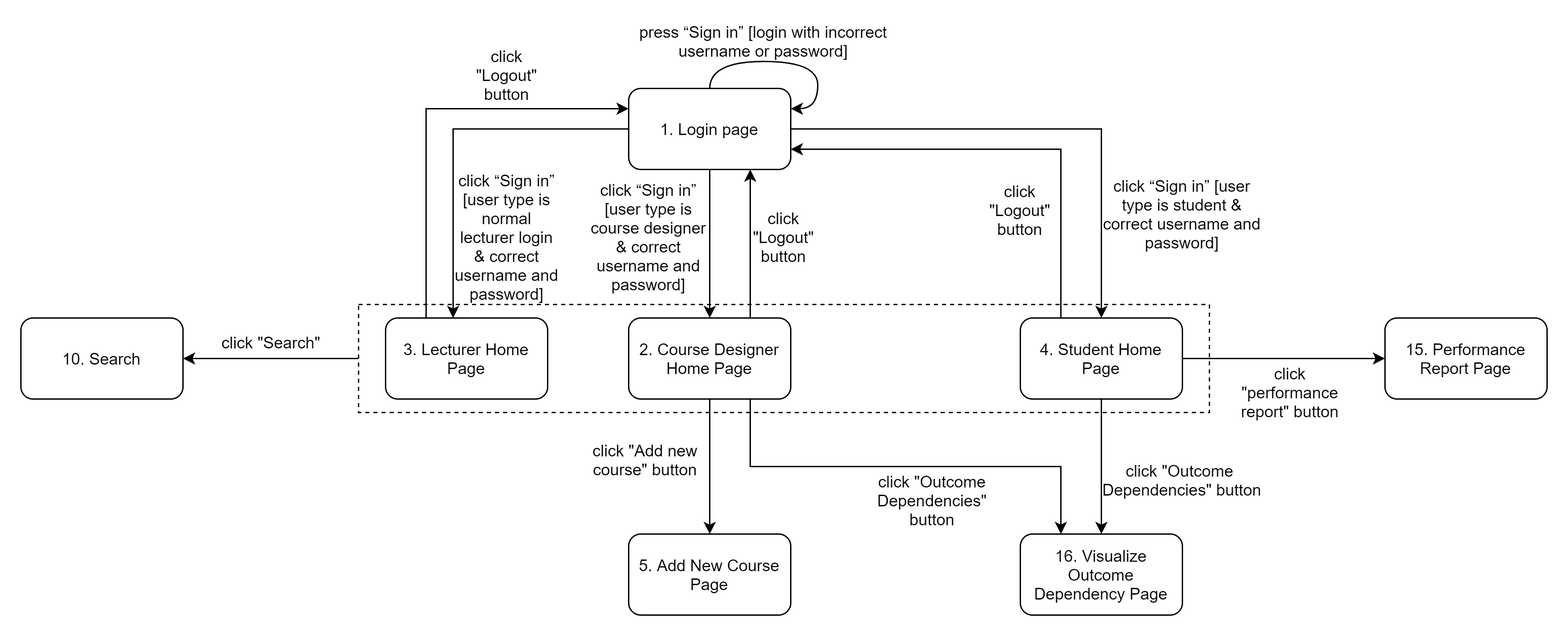
This is docs/Specifications/Diagrams/Export/3. System Features-3.1 Login.png from RapDoodle/DegreeOverview, a draw.io export, as it was before one commit. Source tidied: cells renumbered, new cells last; positions are measured from the earlier drawing's top-left corner, leaving out a move shared by most shapes. The source it was exported from:
```xml
<mxGraphModel>
  <root>
    <mxCell id="0" />
    <mxCell id="1" parent="0" />
    <mxCell id="2" style="edgeStyle=orthogonalEdgeStyle;rounded=0;jettySize=auto;html=1;startArrow=none;startFill=0;endArrow=classic;endFill=1;" parent="1" edge="1" source="3" target="32">
      <mxGeometry relative="1" as="geometry" />
    </mxCell>
    <mxCell id="3" style="rounded=0;whiteSpace=wrap;html=1;dashed=1;" parent="1" vertex="1">
      <mxGeometry x="250" y="210" width="630" height="80" as="geometry" />
    </mxCell>
    <mxCell id="4" style="edgeStyle=orthogonalEdgeStyle;curved=1;rounded=0;jettySize=auto;html=1;entryX=0.5;entryY=0;entryDx=0;entryDy=0;" parent="1" edge="1" source="7" target="12">
      <mxGeometry relative="1" as="geometry" />
    </mxCell>
    <mxCell id="5" style="edgeStyle=orthogonalEdgeStyle;rounded=0;jettySize=auto;html=1;" parent="1" edge="1" source="7">
      <mxGeometry relative="1" as="geometry">
        <mxPoint x="320" y="220" as="targetPoint" />
      </mxGeometry>
    </mxCell>
    <mxCell id="6" style="edgeStyle=orthogonalEdgeStyle;rounded=0;jettySize=auto;html=1;entryX=0.5;entryY=0;entryDx=0;entryDy=0;" parent="1" edge="1" source="7" target="21">
      <mxGeometry relative="1" as="geometry" />
    </mxCell>
    <mxCell id="7" value="1. Login page" style="rounded=1;whiteSpace=wrap;html=1;" parent="1" vertex="1">
      <mxGeometry x="450" y="50" width="120" height="60" as="geometry" />
    </mxCell>
    <mxCell id="8" style="edgeStyle=orthogonalEdgeStyle;curved=1;rounded=0;orthogonalLoop=1;jettySize=auto;html=1;entryX=1;entryY=0.25;entryDx=0;entryDy=0;" parent="1" edge="1" source="7" target="7">
      <mxGeometry relative="1" as="geometry" />
    </mxCell>
    <mxCell id="9" value="press “Sign in” [login with incorrect username or password]" style="text;html=1;strokeColor=none;fillColor=none;align=center;verticalAlign=middle;whiteSpace=wrap;rounded=0;" parent="1" vertex="1">
      <mxGeometry x="450" width="200" height="30" as="geometry" />
    </mxCell>
    <mxCell id="10" style="edgeStyle=orthogonalEdgeStyle;rounded=0;jettySize=auto;html=1;" parent="1" edge="1" source="12">
      <mxGeometry relative="1" as="geometry">
        <mxPoint x="510" y="380" as="targetPoint" />
      </mxGeometry>
    </mxCell>
    <mxCell id="11" style="edgeStyle=orthogonalEdgeStyle;rounded=0;jettySize=auto;html=1;exitX=0.75;exitY=0;exitDx=0;exitDy=0;entryX=0.75;entryY=1;entryDx=0;entryDy=0;" parent="1" edge="1" source="12" target="7">
      <mxGeometry relative="1" as="geometry" />
    </mxCell>
    <mxCell id="12" value="2. Course Designer Home Page" style="rounded=1;whiteSpace=wrap;html=1;" parent="1" vertex="1">
      <mxGeometry x="450" y="220" width="120" height="60" as="geometry" />
    </mxCell>
    <mxCell id="13" value="click “Sign in” [user type is student &amp;amp; correct username and password]" style="text;html=1;strokeColor=none;fillColor=none;align=center;verticalAlign=middle;whiteSpace=wrap;rounded=0;" parent="1" vertex="1">
      <mxGeometry x="800" y="120" width="120" height="45" as="geometry" />
    </mxCell>
    <mxCell id="14" style="edgeStyle=orthogonalEdgeStyle;rounded=0;jettySize=auto;html=1;exitX=0.75;exitY=1;exitDx=0;exitDy=0;entryX=0.25;entryY=0;entryDx=0;entryDy=0;" parent="1" edge="1" source="12" target="33">
      <mxGeometry relative="1" as="geometry" />
    </mxCell>
    <mxCell id="15" style="edgeStyle=orthogonalEdgeStyle;rounded=0;jettySize=auto;html=1;exitX=0.25;exitY=0;exitDx=0;exitDy=0;entryX=0;entryY=0.25;entryDx=0;entryDy=0;" parent="1" edge="1" source="16" target="7">
      <mxGeometry relative="1" as="geometry" />
    </mxCell>
    <mxCell id="16" value="3. Lecturer Home Page" style="rounded=1;whiteSpace=wrap;html=1;" parent="1" vertex="1">
      <mxGeometry x="270" y="220" width="120" height="60" as="geometry" />
    </mxCell>
    <mxCell id="17" value="click&amp;nbsp;“Sign in” [user type is course designer &amp;amp; correct username and password]" style="text;html=1;strokeColor=none;fillColor=none;align=center;verticalAlign=middle;whiteSpace=wrap;rounded=0;" parent="1" vertex="1">
      <mxGeometry x="420" y="115" width="90" height="90" as="geometry" />
    </mxCell>
    <mxCell id="18" style="edgeStyle=orthogonalEdgeStyle;rounded=0;jettySize=auto;html=1;" parent="1" edge="1" source="21">
      <mxGeometry relative="1" as="geometry">
        <mxPoint x="1010" y="250" as="targetPoint" />
      </mxGeometry>
    </mxCell>
    <mxCell id="19" style="edgeStyle=orthogonalEdgeStyle;rounded=0;jettySize=auto;html=1;exitX=0.25;exitY=0;exitDx=0;exitDy=0;entryX=1;entryY=0.75;entryDx=0;entryDy=0;" parent="1" edge="1" source="21" target="7">
      <mxGeometry relative="1" as="geometry" />
    </mxCell>
    <mxCell id="20" style="edgeStyle=orthogonalEdgeStyle;curved=1;jettySize=auto;html=1;startArrow=none;startFill=0;endArrow=classic;endFill=1;" parent="1" edge="1" source="21" target="33">
      <mxGeometry relative="1" as="geometry" />
    </mxCell>
    <mxCell id="21" value="4. Student Home Page" style="rounded=1;whiteSpace=wrap;html=1;" parent="1" vertex="1">
      <mxGeometry x="740" y="220" width="120" height="60" as="geometry" />
    </mxCell>
    <mxCell id="22" value="click &quot;Add new course&quot; button" style="text;html=1;strokeColor=none;fillColor=none;align=center;verticalAlign=middle;whiteSpace=wrap;rounded=0;" parent="1" vertex="1">
      <mxGeometry x="415" y="310" width="95" height="30" as="geometry" />
    </mxCell>
    <mxCell id="23" value="5. Add New Course Page" style="rounded=1;whiteSpace=wrap;html=1;" parent="1" vertex="1">
      <mxGeometry x="450" y="380" width="120" height="60" as="geometry" />
    </mxCell>
    <mxCell id="24" value="15. Performance Report Page" style="rounded=1;whiteSpace=wrap;html=1;" parent="1" vertex="1">
      <mxGeometry x="1010" y="220" width="120" height="60" as="geometry" />
    </mxCell>
    <mxCell id="25" value="click &quot;performance report&quot; button" style="text;html=1;strokeColor=none;fillColor=none;align=center;verticalAlign=middle;whiteSpace=wrap;rounded=0;" parent="1" vertex="1">
      <mxGeometry x="900" y="255" width="80" height="40" as="geometry" />
    </mxCell>
    <mxCell id="26" value="click &quot;Outcome Dependencies&quot; button" style="text;html=1;strokeColor=none;fillColor=none;align=center;verticalAlign=middle;whiteSpace=wrap;rounded=0;" parent="1" vertex="1">
      <mxGeometry x="630" y="340" width="90" height="30" as="geometry" />
    </mxCell>
    <mxCell id="27" value="click &quot;Outcome &lt;br&gt;Dependencies&quot; button" style="text;html=1;strokeColor=none;fillColor=none;align=center;verticalAlign=middle;whiteSpace=wrap;rounded=0;" parent="1" vertex="1">
      <mxGeometry x="800" y="330" width="120" height="20" as="geometry" />
    </mxCell>
    <mxCell id="28" value="click &quot;Logout&quot; button" style="text;html=1;strokeColor=none;fillColor=none;align=center;verticalAlign=middle;whiteSpace=wrap;rounded=0;" parent="1" vertex="1">
      <mxGeometry x="340" y="30" width="40" height="20" as="geometry" />
    </mxCell>
    <mxCell id="29" value="click &quot;Logout&quot; button" style="text;html=1;strokeColor=none;fillColor=none;align=center;verticalAlign=middle;whiteSpace=wrap;rounded=0;" parent="1" vertex="1">
      <mxGeometry x="720" y="130" width="40" height="20" as="geometry" />
    </mxCell>
    <mxCell id="30" value="click &quot;Logout&quot; button" style="text;html=1;strokeColor=none;fillColor=none;align=center;verticalAlign=middle;whiteSpace=wrap;rounded=0;" parent="1" vertex="1">
      <mxGeometry x="545" y="150" width="40" height="20" as="geometry" />
    </mxCell>
    <mxCell id="31" value="click&amp;nbsp;“Sign in” [user type is normal lecturer login &amp;amp; correct username and password]" style="text;html=1;strokeColor=none;fillColor=none;align=center;verticalAlign=middle;whiteSpace=wrap;rounded=0;" parent="1" vertex="1">
      <mxGeometry x="320" y="120" width="80" height="80" as="geometry" />
    </mxCell>
    <mxCell id="32" value="10. Search" style="rounded=1;whiteSpace=wrap;html=1;" parent="1" vertex="1">
      <mxGeometry y="220" width="120" height="60" as="geometry" />
    </mxCell>
    <mxCell id="33" value="16. Visualize Outcome Dependency Page" style="rounded=1;whiteSpace=wrap;html=1;" parent="1" vertex="1">
      <mxGeometry x="740" y="380" width="120" height="60" as="geometry" />
    </mxCell>
    <mxCell id="34" value="click &quot;Search&quot;" style="text;html=1;align=center;verticalAlign=middle;" parent="1" vertex="1">
      <mxGeometry x="140" y="228" width="90" height="20" as="geometry" />
    </mxCell>
  </root>
</mxGraphModel>
```
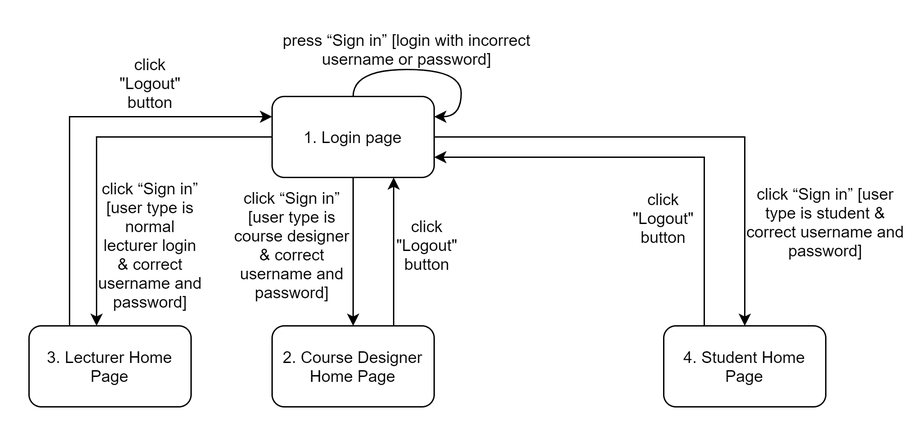
After the change.

Change to the diagram source:
```diff
@@ -2,12 +2,6 @@
   <root>
     <mxCell id="0" />
     <mxCell id="1" parent="0" />
-    <mxCell id="2" style="edgeStyle=orthogonalEdgeStyle;rounded=0;jettySize=auto;html=1;startArrow=none;startFill=0;endArrow=classic;endFill=1;" parent="1" edge="1" source="3" target="32">
-      <mxGeometry relative="1" as="geometry" />
-    </mxCell>
-    <mxCell id="3" style="rounded=0;whiteSpace=wrap;html=1;dashed=1;" parent="1" vertex="1">
-      <mxGeometry x="250" y="210" width="630" height="80" as="geometry" />
-    </mxCell>
     <mxCell id="4" style="edgeStyle=orthogonalEdgeStyle;curved=1;rounded=0;jettySize=auto;html=1;entryX=0.5;entryY=0;entryDx=0;entryDy=0;" parent="1" edge="1" source="7" target="12">
       <mxGeometry relative="1" as="geometry" />
     </mxCell>
@@ -28,11 +22,6 @@
     <mxCell id="9" value="press “Sign in” [login with incorrect username or password]" style="text;html=1;strokeColor=none;fillColor=none;align=center;verticalAlign=middle;whiteSpace=wrap;rounded=0;" parent="1" vertex="1">
       <mxGeometry x="450" width="200" height="30" as="geometry" />
     </mxCell>
-    <mxCell id="10" style="edgeStyle=orthogonalEdgeStyle;rounded=0;jettySize=auto;html=1;" parent="1" edge="1" source="12">
-      <mxGeometry relative="1" as="geometry">
-        <mxPoint x="510" y="380" as="targetPoint" />
-      </mxGeometry>
-    </mxCell>
     <mxCell id="11" style="edgeStyle=orthogonalEdgeStyle;rounded=0;jettySize=auto;html=1;exitX=0.75;exitY=0;exitDx=0;exitDy=0;entryX=0.75;entryY=1;entryDx=0;entryDy=0;" parent="1" edge="1" source="12" target="7">
       <mxGeometry relative="1" as="geometry" />
     </mxCell>
@@ -42,9 +31,6 @@
     <mxCell id="13" value="click “Sign in” [user type is student &amp;amp; correct username and password]" style="text;html=1;strokeColor=none;fillColor=none;align=center;verticalAlign=middle;whiteSpace=wrap;rounded=0;" parent="1" vertex="1">
       <mxGeometry x="800" y="120" width="120" height="45" as="geometry" />
     </mxCell>
-    <mxCell id="14" style="edgeStyle=orthogonalEdgeStyle;rounded=0;jettySize=auto;html=1;exitX=0.75;exitY=1;exitDx=0;exitDy=0;entryX=0.25;entryY=0;entryDx=0;entryDy=0;" parent="1" edge="1" source="12" target="33">
-      <mxGeometry relative="1" as="geometry" />
-    </mxCell>
     <mxCell id="15" style="edgeStyle=orthogonalEdgeStyle;rounded=0;jettySize=auto;html=1;exitX=0.25;exitY=0;exitDx=0;exitDy=0;entryX=0;entryY=0.25;entryDx=0;entryDy=0;" parent="1" edge="1" source="16" target="7">
       <mxGeometry relative="1" as="geometry" />
     </mxCell>
@@ -54,38 +40,12 @@
     <mxCell id="17" value="click&amp;nbsp;“Sign in” [user type is course designer &amp;amp; correct username and password]" style="text;html=1;strokeColor=none;fillColor=none;align=center;verticalAlign=middle;whiteSpace=wrap;rounded=0;" parent="1" vertex="1">
       <mxGeometry x="420" y="115" width="90" height="90" as="geometry" />
     </mxCell>
-    <mxCell id="18" style="edgeStyle=orthogonalEdgeStyle;rounded=0;jettySize=auto;html=1;" parent="1" edge="1" source="21">
-      <mxGeometry relative="1" as="geometry">
-        <mxPoint x="1010" y="250" as="targetPoint" />
-      </mxGeometry>
-    </mxCell>
     <mxCell id="19" style="edgeStyle=orthogonalEdgeStyle;rounded=0;jettySize=auto;html=1;exitX=0.25;exitY=0;exitDx=0;exitDy=0;entryX=1;entryY=0.75;entryDx=0;entryDy=0;" parent="1" edge="1" source="21" target="7">
       <mxGeometry relative="1" as="geometry" />
     </mxCell>
-    <mxCell id="20" style="edgeStyle=orthogonalEdgeStyle;curved=1;jettySize=auto;html=1;startArrow=none;startFill=0;endArrow=classic;endFill=1;" parent="1" edge="1" source="21" target="33">
-      <mxGeometry relative="1" as="geometry" />
-    </mxCell>
     <mxCell id="21" value="4. Student Home Page" style="rounded=1;whiteSpace=wrap;html=1;" parent="1" vertex="1">
       <mxGeometry x="740" y="220" width="120" height="60" as="geometry" />
     </mxCell>
-    <mxCell id="22" value="click &quot;Add new course&quot; button" style="text;html=1;strokeColor=none;fillColor=none;align=center;verticalAlign=middle;whiteSpace=wrap;rounded=0;" parent="1" vertex="1">
-      <mxGeometry x="415" y="310" width="95" height="30" as="geometry" />
-    </mxCell>
-    <mxCell id="23" value="5. Add New Course Page" style="rounded=1;whiteSpace=wrap;html=1;" parent="1" vertex="1">
-      <mxGeometry x="450" y="380" width="120" height="60" as="geometry" />
-    </mxCell>
-    <mxCell id="24" value="15. Performance Report Page" style="rounded=1;whiteSpace=wrap;html=1;" parent="1" vertex="1">
-      <mxGeometry x="1010" y="220" width="120" height="60" as="geometry" />
-    </mxCell>
-    <mxCell id="25" value="click &quot;performance report&quot; button" style="text;html=1;strokeColor=none;fillColor=none;align=center;verticalAlign=middle;whiteSpace=wrap;rounded=0;" parent="1" vertex="1">
-      <mxGeometry x="900" y="255" width="80" height="40" as="geometry" />
-    </mxCell>
-    <mxCell id="26" value="click &quot;Outcome Dependencies&quot; button" style="text;html=1;strokeColor=none;fillColor=none;align=center;verticalAlign=middle;whiteSpace=wrap;rounded=0;" parent="1" vertex="1">
-      <mxGeometry x="630" y="340" width="90" height="30" as="geometry" />
-    </mxCell>
-    <mxCell id="27" value="click &quot;Outcome &lt;br&gt;Dependencies&quot; button" style="text;html=1;strokeColor=none;fillColor=none;align=center;verticalAlign=middle;whiteSpace=wrap;rounded=0;" parent="1" vertex="1">
-      <mxGeometry x="800" y="330" width="120" height="20" as="geometry" />
-    </mxCell>
     <mxCell id="28" value="click &quot;Logout&quot; button" style="text;html=1;strokeColor=none;fillColor=none;align=center;verticalAlign=middle;whiteSpace=wrap;rounded=0;" parent="1" vertex="1">
       <mxGeometry x="340" y="30" width="40" height="20" as="geometry" />
     </mxCell>
@@ -98,14 +58,5 @@
     <mxCell id="31" value="click&amp;nbsp;“Sign in” [user type is normal lecturer login &amp;amp; correct username and password]" style="text;html=1;strokeColor=none;fillColor=none;align=center;verticalAlign=middle;whiteSpace=wrap;rounded=0;" parent="1" vertex="1">
       <mxGeometry x="320" y="120" width="80" height="80" as="geometry" />
     </mxCell>
-    <mxCell id="32" value="10. Search" style="rounded=1;whiteSpace=wrap;html=1;" parent="1" vertex="1">
-      <mxGeometry y="220" width="120" height="60" as="geometry" />
-    </mxCell>
-    <mxCell id="33" value="16. Visualize Outcome Dependency Page" style="rounded=1;whiteSpace=wrap;html=1;" parent="1" vertex="1">
-      <mxGeometry x="740" y="380" width="120" height="60" as="geometry" />
-    </mxCell>
-    <mxCell id="34" value="click &quot;Search&quot;" style="text;html=1;align=center;verticalAlign=middle;" parent="1" vertex="1">
-      <mxGeometry x="140" y="228" width="90" height="20" as="geometry" />
-    </mxCell>
   </root>
 </mxGraphModel>
```
